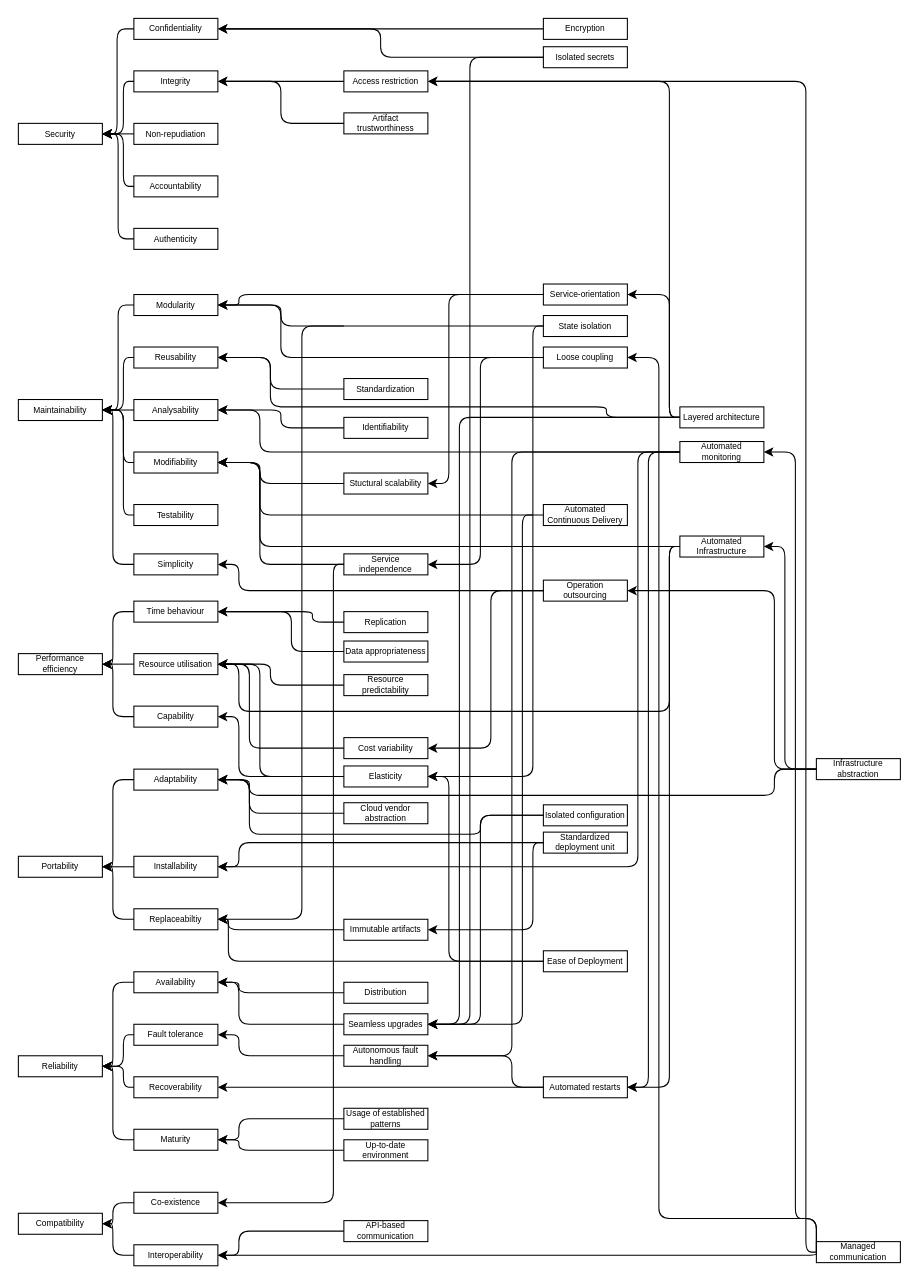
Earlier version of the draw.io diagram D1_quality_aspects_refined.drawio (r0light/cna-quality-model). Source tidied: cells renumbered, new cells numbered last; positions are measured from the earlier drawing's top-left corner, leaving out a move shared by most shapes. Both pictures are drawn from the tidied source at 105%, with x=0, y=0 at pixel (18, 18).
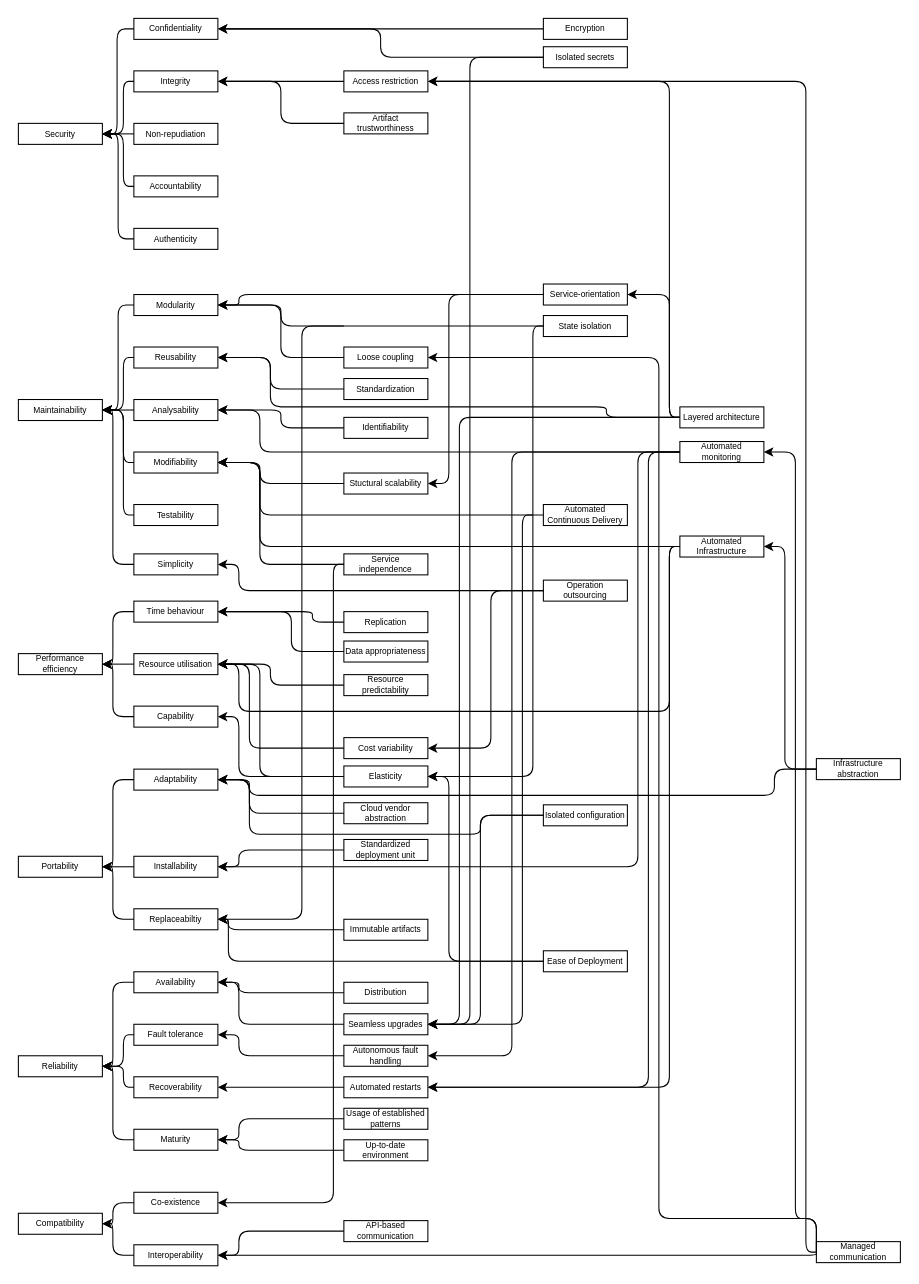
The same diagram, later.

The change refers to these unchanged cells:
```xml
<mxCell id="17" value="Installability" style="rounded=0;whiteSpace=wrap;html=1;fontSize=8;" parent="1" vertex="1">
  <mxGeometry x="110" y="798" width="80" height="20" as="geometry" />
</mxCell>
<mxCell id="33" value="Service independence" style="rounded=0;whiteSpace=wrap;html=1;fontSize=8;" parent="1" vertex="1">
  <mxGeometry x="310" y="510" width="80" height="20" as="geometry" />
</mxCell>
<mxCell id="37" value="Infrastructure abstraction" style="rounded=0;whiteSpace=wrap;html=1;fontSize=8;" parent="1" vertex="1">
  <mxGeometry x="760" y="705" width="80" height="20" as="geometry" />
</mxCell>
<mxCell id="40" value="Immutable artifacts" style="rounded=0;whiteSpace=wrap;html=1;fontSize=8;" parent="1" vertex="1">
  <mxGeometry x="310" y="858" width="80" height="20" as="geometry" />
</mxCell>
<mxCell id="134" value="Operation outsourcing" style="rounded=0;whiteSpace=wrap;html=1;fontSize=8;" parent="1" vertex="1">
  <mxGeometry x="500" y="535" width="80" height="20" as="geometry" />
</mxCell>
```

The edit, as a diff of the source:
```diff
@@
     <mxCell id="26" value="Loose coupling" style="rounded=0;whiteSpace=wrap;html=1;fontSize=8;" parent="1" vertex="1">
-      <mxGeometry x="500" y="313" width="80" height="20" as="geometry" />
+      <mxGeometry x="310" y="313" width="80" height="20" as="geometry" />
     </mxCell>
@@
     <mxCell id="39" value="Standardized deployment unit" style="rounded=0;whiteSpace=wrap;html=1;fontSize=8;" parent="1" vertex="1">
-      <mxGeometry x="500" y="775" width="80" height="20" as="geometry" />
+      <mxGeometry x="310" y="782" width="80" height="20" as="geometry" />
     </mxCell>
@@
     <mxCell id="45" value="Automated restarts" style="rounded=0;whiteSpace=wrap;html=1;fontSize=8;" parent="1" vertex="1">
-      <mxGeometry x="500" y="1008" width="80" height="20" as="geometry" />
+      <mxGeometry x="310" y="1008" width="80" height="20" as="geometry" />
     </mxCell>
@@
     <mxCell id="71" style="endArrow=classic;html=1;fontSize=8;edgeStyle=orthogonalEdgeStyle;entryX=1;entryY=0.5;entryDx=0;entryDy=0;exitX=0;exitY=0.5;exitDx=0;exitDy=0;" parent="1" edge="1" source="39" target="17">
       <mxGeometry relative="1" as="geometry">
         <Array as="points">
-          <mxPoint x="210" y="785" />
+          <mxPoint x="210" y="792" />
           <mxPoint x="210" y="808" />
         </Array>
       </mxGeometry>
     </mxCell>
@@
-    <mxCell id="114" style="endArrow=classic;html=1;fontSize=8;entryX=1;entryY=0.5;entryDx=0;entryDy=0;exitX=0;exitY=0.5;exitDx=0;exitDy=0;edgeStyle=orthogonalEdgeStyle;" parent="1" edge="1" target="33">
-      <mxGeometry relative="1" as="geometry">
-        <mxPoint x="490" y="323" as="sourcePoint" />
-        <Array as="points">
-          <mxPoint x="440" y="323" />
-          <mxPoint x="440" y="520" />
-        </Array>
-      </mxGeometry>
-    </mxCell>
@@
-    <mxCell id="123" style="endArrow=classic;html=1;fontSize=8;edgeStyle=orthogonalEdgeStyle;exitX=0;exitY=0.5;exitDx=0;exitDy=0;" parent="1" edge="1">
-      <mxGeometry relative="1" as="geometry">
-        <mxPoint x="500" y="1018" as="sourcePoint" />
-        <mxPoint x="390" y="988" as="targetPoint" />
-        <Array as="points">
-          <mxPoint x="470" y="1018" />
-          <mxPoint x="470" y="988" />
-        </Array>
-      </mxGeometry>
-    </mxCell>
@@
-    <mxCell id="140" style="endArrow=classic;html=1;fontSize=8;edgeStyle=orthogonalEdgeStyle;entryX=1;entryY=0.5;entryDx=0;entryDy=0;exitX=0;exitY=0.5;exitDx=0;exitDy=0;" parent="1" edge="1" source="37" target="134">
-      <mxGeometry relative="1" as="geometry">
-        <Array as="points">
-          <mxPoint x="720" y="715" />
-          <mxPoint x="720" y="545" />
-        </Array>
-      </mxGeometry>
-    </mxCell>
-    <mxCell id="141" style="endArrow=classic;html=1;fontSize=8;edgeStyle=orthogonalEdgeStyle;entryX=1;entryY=0.5;entryDx=0;entryDy=0;exitX=0;exitY=0.5;exitDx=0;exitDy=0;" parent="1" edge="1" source="39" target="40">
-      <mxGeometry relative="1" as="geometry">
-        <Array as="points">
-          <mxPoint x="490" y="785" />
-          <mxPoint x="490" y="868" />
-        </Array>
-      </mxGeometry>
-    </mxCell>
```
